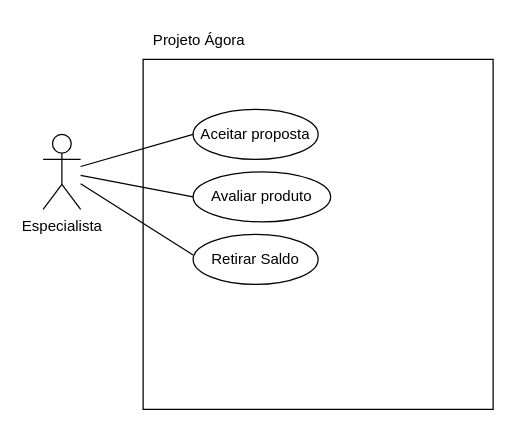
luca-moraes/projetoEngenhariaSoftware keeps this draw.io diagram as page "EspecialistaUseCases" (3 of 3) of Diagrams/UseCases.drawio. Above is the earlier version. Source tidied: cells renumbered, new cells numbered last; positions are measured from the earlier drawing's top-left corner, leaving out a move shared by most shapes. Both pictures are drawn from the tidied source at 125%, with x=0, y=0 at pixel (42, 21).
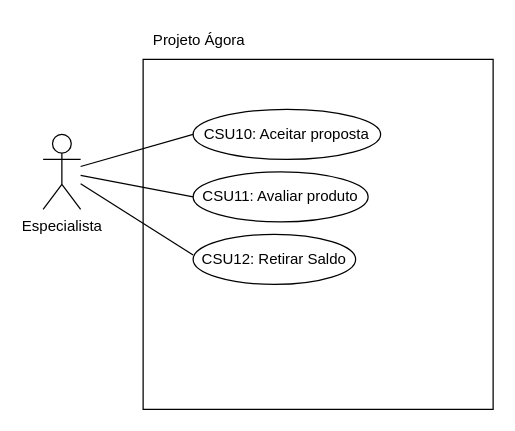
Above is the later version.

What changed in the source:
```diff
@@
 <mxGraphModel>
   <root>
     <mxCell id="0" />
     <mxCell id="1" parent="0" />
     <mxCell id="2" value="Especialista" style="shape=umlActor;verticalLabelPosition=bottom;verticalAlign=top;html=1;outlineConnect=0;fillColor=none;" parent="1" vertex="1">
       <mxGeometry y="90" width="30" height="60" as="geometry" />
     </mxCell>
     <mxCell id="3" style="whiteSpace=wrap;html=1;fillColor=none;" parent="1" vertex="1">
       <mxGeometry x="80" y="30" width="280" height="280" as="geometry" />
     </mxCell>
-    <mxCell id="4" value="Aceitar proposta" style="ellipse;whiteSpace=wrap;html=1;fillColor=none;" parent="1" vertex="1">
-      <mxGeometry x="120" y="70" width="100" height="40" as="geometry" />
+    <mxCell id="4" value="CSU10: Aceitar proposta" style="ellipse;whiteSpace=wrap;html=1;fillColor=none;" parent="1" vertex="1">
+      <mxGeometry x="120" y="70" width="150" height="40" as="geometry" />
     </mxCell>
     <mxCell id="5" style="endArrow=none;html=1;rounded=0;entryX=0;entryY=0.5;entryDx=0;entryDy=0;" parent="1" edge="1" source="2" target="4">
       <mxGeometry relative="1" as="geometry" />
     </mxCell>
-    <mxCell id="6" value="Avaliar produto" style="ellipse;whiteSpace=wrap;html=1;fillColor=none;" parent="1" vertex="1">
-      <mxGeometry x="120" y="120" width="110" height="40" as="geometry" />
+    <mxCell id="6" value="CSU11: Avaliar produto" style="ellipse;whiteSpace=wrap;html=1;fillColor=none;" parent="1" vertex="1">
+      <mxGeometry x="120" y="120" width="140" height="40" as="geometry" />
     </mxCell>
     <mxCell id="7" style="endArrow=none;html=1;rounded=0;entryX=0;entryY=0.5;entryDx=0;entryDy=0;" parent="1" edge="1" source="2" target="6">
       <mxGeometry relative="1" as="geometry" />
     </mxCell>
-    <mxCell id="8" value="Retirar Saldo" style="ellipse;whiteSpace=wrap;html=1;fillColor=none;" parent="1" vertex="1">
-      <mxGeometry x="120" y="170" width="100" height="40" as="geometry" />
+    <mxCell id="8" value="CSU12: Retirar Saldo" style="ellipse;whiteSpace=wrap;html=1;fillColor=none;" parent="1" vertex="1">
+      <mxGeometry x="120" y="170" width="130" height="40" as="geometry" />
     </mxCell>
     <mxCell id="9" style="endArrow=none;html=1;rounded=0;exitX=0;exitY=0.411;exitDx=0;exitDy=0;exitPerimeter=0;" parent="1" edge="1" source="8" target="2">
       <mxGeometry relative="1" as="geometry" />
     </mxCell>
     <mxCell id="10" value="Projeto Ágora" style="text;html=1;strokeColor=none;fillColor=none;align=center;verticalAlign=middle;whiteSpace=wrap;rounded=0;" parent="1" vertex="1">
       <mxGeometry x="80" width="90" height="30" as="geometry" />
     </mxCell>
   </root>
 </mxGraphModel>
```
